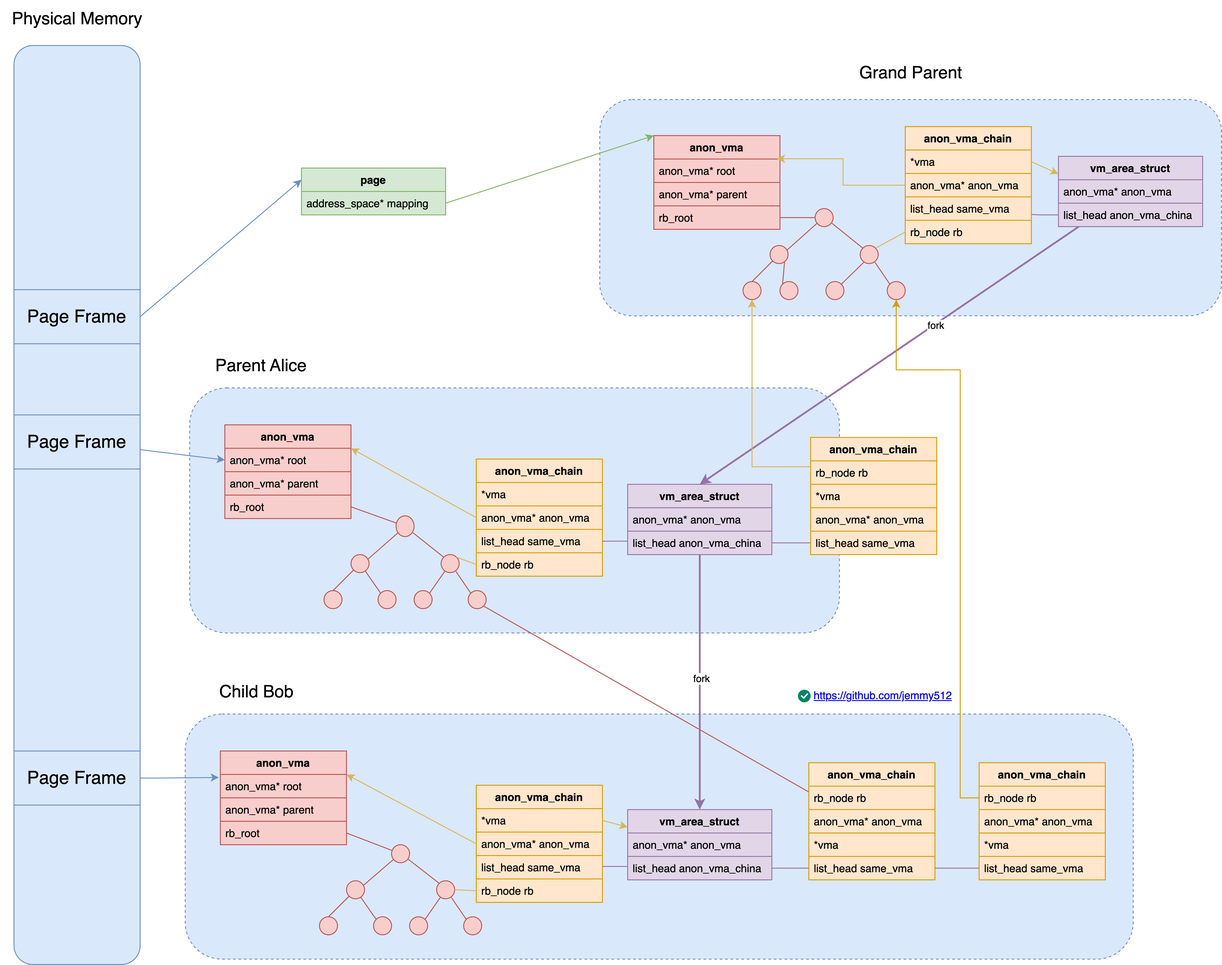
The draw.io diagram images/kernel/mem-rmap-arch.png in jemmy512/book-notes, before a commit. Source tidied: cells renumbered, new cells last; positions are measured from the earlier drawing's top-left corner, leaving out a move shared by most shapes.
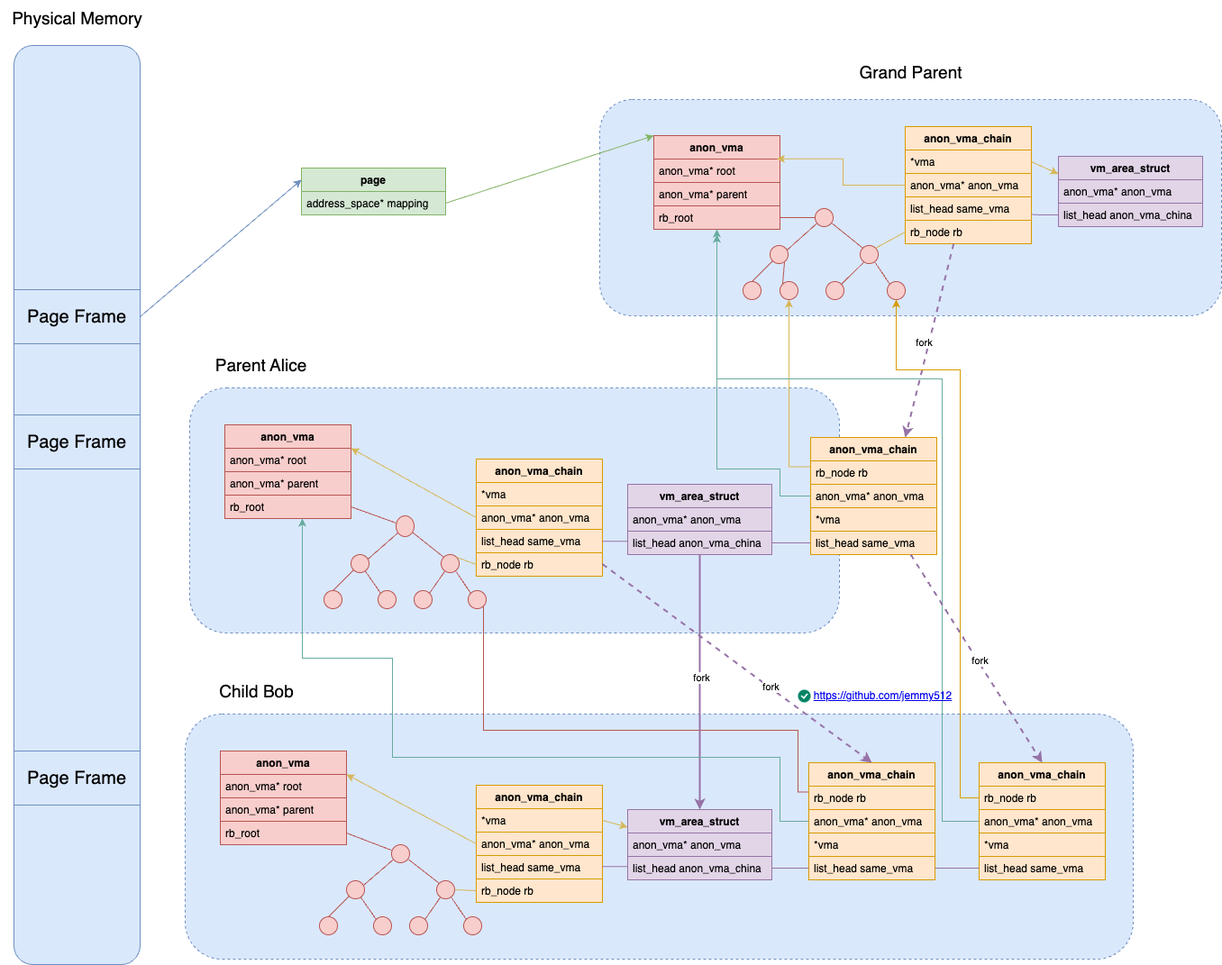
Later version of the same file.

The edit, as a diff of the source:
```diff
@@ -23,12 +23,12 @@
     <mxCell id="8" value="rb_node rb" style="text;strokeColor=#d79b00;fillColor=#ffe6cc;align=left;verticalAlign=top;spacingLeft=4;spacingRight=4;overflow=hidden;points=[[0,0.5],[1,0.5]];portConstraint=eastwest;whiteSpace=wrap;html=1;" parent="4" vertex="1">
       <mxGeometry y="104" width="140" height="26" as="geometry" />
     </mxCell>
-    <mxCell id="9" style="rounded=0;jettySize=auto;html=1;strokeWidth=2;entryX=0.5;entryY=0;entryDx=0;entryDy=0;fillColor=#e1d5e7;strokeColor=#9673a6;" parent="1" edge="1" source="11" target="45">
+    <mxCell id="9" style="rounded=0;jettySize=auto;html=1;strokeWidth=2;entryX=0.75;entryY=0;entryDx=0;entryDy=0;fillColor=#e1d5e7;strokeColor=#9673a6;dashed=1;" parent="1" edge="1" source="4" target="69">
       <mxGeometry relative="1" as="geometry" />
     </mxCell>
     <mxCell id="10" value="fork" style="edgeLabel;html=1;align=center;verticalAlign=middle;" parent="9" vertex="1">
       <mxGeometry x="-0.07" y="-2" relative="1" as="geometry">
-        <mxPoint x="37" y="-22" as="offset" />
+        <mxPoint x="-6" y="10" as="offset" />
       </mxGeometry>
     </mxCell>
     <mxCell id="11" value="vm_area_struct" style="swimlane;fontStyle=1;align=center;verticalAlign=top;horizontal=1;startSize=26;whiteSpace=wrap;html=1;fillColor=#e1d5e7;strokeColor=#9673a6;" parent="1" vertex="1">
@@ -108,10 +108,10 @@
     <mxCell id="34" style="verticalLabelPosition=bottom;verticalAlign=top;html=1;shape=mxgraph.flowchart.on-page_reference;fillColor=#f8cecc;strokeColor=#b85450;" parent="1" vertex="1">
       <mxGeometry x="854" y="272" width="20" height="20" as="geometry" />
     </mxCell>
-    <mxCell id="35" style="rounded=0;jettySize=auto;html=1;endArrow=none;endFill=0;fillColor=#fff2cc;strokeColor=#d6b656;entryX=0;entryY=0.25;entryDx=0;entryDy=0;exitX=0.5;exitY=1;exitDx=0;exitDy=0;exitPerimeter=0;edgeStyle=orthogonalEdgeStyle;startArrow=classic;startFill=1;" parent="1" edge="1" source="36" target="69">
+    <mxCell id="35" style="rounded=0;jettySize=auto;html=1;endArrow=none;endFill=0;fillColor=#fff2cc;strokeColor=#d6b656;entryX=0;entryY=0.25;entryDx=0;entryDy=0;exitX=0.5;exitY=1;exitDx=0;exitDy=0;exitPerimeter=0;edgeStyle=orthogonalEdgeStyle;startArrow=classic;startFill=1;" parent="1" edge="1" source="37" target="69">
       <mxGeometry relative="1" as="geometry">
         <Array as="points">
-          <mxPoint x="834" y="517" />
+          <mxPoint x="875" y="518" />
         </Array>
       </mxGeometry>
     </mxCell>
@@ -220,12 +220,12 @@
     <mxCell id="70" value="rb_node rb" style="text;strokeColor=#d79b00;fillColor=#ffe6cc;align=left;verticalAlign=top;spacingLeft=4;spacingRight=4;overflow=hidden;whiteSpace=wrap;html=1;" parent="69" vertex="1">
       <mxGeometry y="26" width="140" height="26" as="geometry" />
     </mxCell>
+    <mxCell id="72" value="anon_vma* anon_vma" style="text;strokeColor=#d79b00;fillColor=#ffe6cc;align=left;verticalAlign=top;spacingLeft=4;spacingRight=4;overflow=hidden;points=[[0,0.5],[1,0.5]];portConstraint=eastwest;whiteSpace=wrap;html=1;" parent="69" vertex="1">
+      <mxGeometry y="52" width="140" height="26" as="geometry" />
+    </mxCell>
     <mxCell id="71" value="*vma" style="text;strokeColor=#d79b00;fillColor=#ffe6cc;align=left;verticalAlign=top;spacingLeft=4;spacingRight=4;overflow=hidden;whiteSpace=wrap;html=1;" parent="69" vertex="1">
-      <mxGeometry y="52" width="140" height="26" as="geometry" />
+      <mxGeometry y="78" width="140" height="26" as="geometry" />
     </mxCell>
-    <mxCell id="72" value="anon_vma* anon_vma" style="text;strokeColor=#d79b00;fillColor=#ffe6cc;align=left;verticalAlign=top;spacingLeft=4;spacingRight=4;overflow=hidden;points=[[0,0.5],[1,0.5]];portConstraint=eastwest;whiteSpace=wrap;html=1;" parent="69" vertex="1">
-      <mxGeometry y="78" width="140" height="26" as="geometry" />
-    </mxCell>
     <mxCell id="73" value="list_head same_vma" style="text;strokeColor=#d79b00;fillColor=#ffe6cc;align=left;verticalAlign=top;spacingLeft=4;spacingRight=4;overflow=hidden;points=[[0,0.5],[1,0.5]];portConstraint=eastwest;whiteSpace=wrap;html=1;" parent="69" vertex="1">
       <mxGeometry y="104" width="140" height="26" as="geometry" />
     </mxCell>
@@ -250,8 +250,14 @@
     <mxCell id="80" style="rounded=1;whiteSpace=wrap;html=1;dashed=1;fillColor=#dae8fc;strokeColor=#6c8ebf;" parent="1" vertex="1">
       <mxGeometry x="205" y="792" width="1052" height="272" as="geometry" />
     </mxCell>
-    <mxCell id="81" style="rounded=0;jettySize=auto;html=1;endArrow=none;endFill=0;fillColor=#f8cecc;strokeColor=#b85450;entryX=0;entryY=0.25;entryDx=0;entryDy=0;exitX=0.855;exitY=0.855;exitDx=0;exitDy=0;exitPerimeter=0;" parent="1" edge="1" source="61" target="111">
-      <mxGeometry relative="1" as="geometry" />
+    <mxCell id="81" style="rounded=0;jettySize=auto;html=1;endArrow=none;endFill=0;fillColor=#f8cecc;strokeColor=#b85450;entryX=0;entryY=0.25;entryDx=0;entryDy=0;exitX=0.855;exitY=0.855;exitDx=0;exitDy=0;exitPerimeter=0;edgeStyle=orthogonalEdgeStyle;" parent="1" edge="1" source="61" target="111">
+      <mxGeometry relative="1" as="geometry">
+        <Array as="points">
+          <mxPoint x="536" y="810" />
+          <mxPoint x="885" y="810" />
+          <mxPoint x="885" y="879" />
+        </Array>
+      </mxGeometry>
     </mxCell>
     <mxCell id="82" value="anon_vma_chain" style="swimlane;fontStyle=1;align=center;verticalAlign=top;horizontal=1;startSize=26;whiteSpace=wrap;html=1;fillColor=#ffe6cc;strokeColor=#d79b00;" parent="1" vertex="1">
       <mxGeometry x="528" y="871" width="140" height="130" as="geometry" />
@@ -367,6 +373,16 @@
     <mxCell id="119" value="rb_node rb" style="text;strokeColor=#d79b00;fillColor=#ffe6cc;align=left;verticalAlign=top;spacingLeft=4;spacingRight=4;overflow=hidden;points=[[0,0.5],[1,0.5]];portConstraint=eastwest;whiteSpace=wrap;html=1;" parent="118" vertex="1">
       <mxGeometry y="26" width="140" height="26" as="geometry" />
     </mxCell>
+    <mxCell id="135" style="edgeStyle=orthogonalEdgeStyle;rounded=0;jettySize=auto;html=1;fillColor=#d0cee2;strokeColor=#67AB9F;" parent="118" edge="1" source="120">
+      <mxGeometry relative="1" as="geometry">
+        <mxPoint x="-291" y="-586" as="targetPoint" />
+        <Array as="points">
+          <mxPoint x="-41" y="65" />
+          <mxPoint x="-41" y="-426" />
+          <mxPoint x="-291" y="-426" />
+        </Array>
+      </mxGeometry>
+    </mxCell>
     <mxCell id="120" value="anon_vma* anon_vma" style="text;strokeColor=#d79b00;fillColor=#ffe6cc;align=left;verticalAlign=top;spacingLeft=4;spacingRight=4;overflow=hidden;points=[[0,0.5],[1,0.5]];portConstraint=eastwest;whiteSpace=wrap;html=1;" parent="118" vertex="1">
       <mxGeometry y="52" width="140" height="26" as="geometry" />
     </mxCell>
@@ -394,22 +410,12 @@
     <mxCell id="126" style="edgeStyle=orthogonalEdgeStyle;rounded=0;jettySize=auto;html=1;fillColor=#e1d5e7;strokeColor=#9673a6;endArrow=none;endFill=0;" parent="1" edge="1" source="47" target="73">
       <mxGeometry relative="1" as="geometry" />
     </mxCell>
-    <mxCell id="127" style="rounded=0;jettySize=auto;html=1;entryX=0;entryY=0.5;entryDx=0;entryDy=0;fillColor=#dae8fc;strokeColor=#6c8ebf;" parent="1" edge="1" source="128" target="49">
-      <mxGeometry relative="1" as="geometry" />
-    </mxCell>
     <mxCell id="128" value="&lt;font style=&quot;font-size: 20px;&quot;&gt;Page Frame&lt;/font&gt;" style="rounded=0;whiteSpace=wrap;html=1;fillColor=#dae8fc;strokeColor=#6c8ebf;" parent="1" vertex="1">
       <mxGeometry x="15" y="460" width="140" height="60" as="geometry" />
     </mxCell>
     <mxCell id="129" value="&lt;font style=&quot;font-size: 20px;&quot;&gt;Page Frame&lt;/font&gt;" style="rounded=0;whiteSpace=wrap;html=1;fillColor=#dae8fc;strokeColor=#6c8ebf;" parent="1" vertex="1">
       <mxGeometry x="15" y="833" width="140" height="60" as="geometry" />
     </mxCell>
-    <mxCell id="130" style="edgeStyle=orthogonalEdgeStyle;rounded=0;jettySize=auto;html=1;entryX=-0.012;entryY=0.13;entryDx=0;entryDy=0;entryPerimeter=0;fillColor=#dae8fc;strokeColor=#6c8ebf;exitX=1;exitY=0.5;exitDx=0;exitDy=0;" parent="1" edge="1" source="129" target="91">
-      <mxGeometry relative="1" as="geometry">
-        <Array as="points">
-          <mxPoint x="175" y="862" />
-        </Array>
-      </mxGeometry>
-    </mxCell>
     <mxCell id="131" style="edgeStyle=orthogonalEdgeStyle;rounded=0;jettySize=auto;html=1;strokeWidth=2;fillColor=#e1d5e7;strokeColor=#9673a6;" parent="1" edge="1" source="45" target="87">
       <mxGeometry relative="1" as="geometry" />
     </mxCell>
@@ -422,5 +428,37 @@
     <mxCell id="134" style="html=1;shadow=0;dashed=0;shape=mxgraph.atlassian.checkbox;fillColor=#008465;strokeColor=none;html=1;sketch=0;" parent="1" vertex="1">
       <mxGeometry x="885" y="765" width="14" height="14" as="geometry" />
     </mxCell>
+    <mxCell id="136" style="edgeStyle=orthogonalEdgeStyle;rounded=0;jettySize=auto;html=1;entryX=0.5;entryY=1;entryDx=0;entryDy=0;strokeColor=#67AB9F;" parent="1" edge="1" source="72" target="14">
+      <mxGeometry relative="1" as="geometry">
+        <Array as="points">
+          <mxPoint x="865" y="550" />
+          <mxPoint x="865" y="520" />
+          <mxPoint x="795" y="520" />
+        </Array>
+      </mxGeometry>
+    </mxCell>
+    <mxCell id="137" style="edgeStyle=orthogonalEdgeStyle;rounded=0;jettySize=auto;html=1;fillColor=#bac8d3;strokeColor=#67AB9F;" parent="1" edge="1" source="113" target="48">
+      <mxGeometry relative="1" as="geometry">
+        <Array as="points">
+          <mxPoint x="865" y="911" />
+          <mxPoint x="865" y="840" />
+          <mxPoint x="435" y="840" />
+          <mxPoint x="435" y="730" />
+          <mxPoint x="335" y="730" />
+        </Array>
+      </mxGeometry>
+    </mxCell>
+    <mxCell id="138" style="rounded=0;jettySize=auto;html=1;strokeWidth=2;entryX=0.5;entryY=0;entryDx=0;entryDy=0;fillColor=#e1d5e7;strokeColor=#9673a6;dashed=1;" parent="1" edge="1" source="40" target="111">
+      <mxGeometry relative="1" as="geometry" />
+    </mxCell>
+    <mxCell id="139" value="fork" style="edgeLabel;html=1;align=center;verticalAlign=middle;" parent="138" vertex="1">
+      <mxGeometry x="0.24" y="1" relative="1" as="geometry" />
+    </mxCell>
+    <mxCell id="140" style="rounded=0;jettySize=auto;html=1;strokeWidth=2;entryX=0.5;entryY=0;entryDx=0;entryDy=0;fillColor=#e1d5e7;strokeColor=#9673a6;dashed=1;" parent="1" edge="1" source="69" target="118">
+      <mxGeometry relative="1" as="geometry" />
+    </mxCell>
+    <mxCell id="141" value="fork" style="edgeLabel;html=1;align=center;verticalAlign=middle;" parent="140" vertex="1">
+      <mxGeometry x="0.03" y="2" relative="1" as="geometry" />
+    </mxCell>
   </root>
 </mxGraphModel>
```
